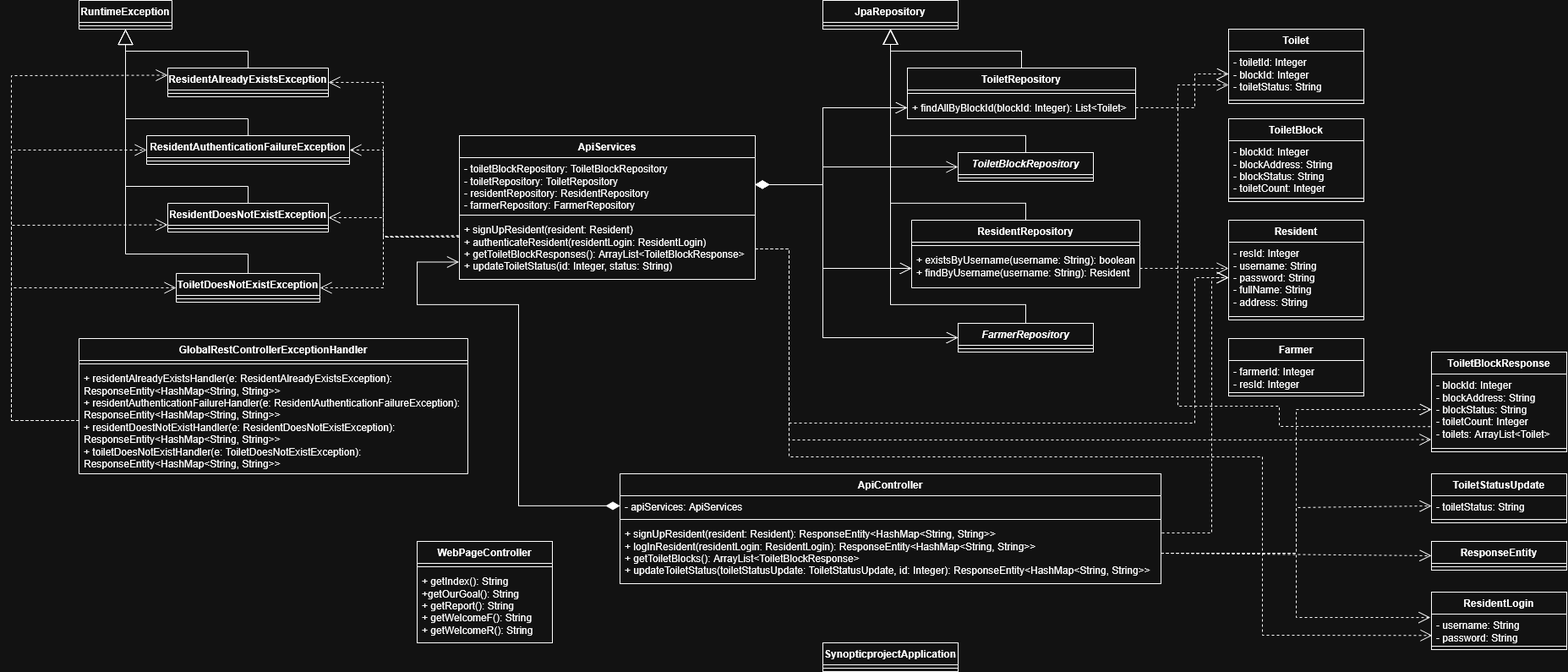
The draw.io diagram doc/uml/class-diagram.drawio.png in mcttn22/cmp-synoptic-project, before a commit. Source tidied: cells renumbered, new cells last; positions are measured from the earlier drawing's top-left corner, leaving out a move shared by most shapes.
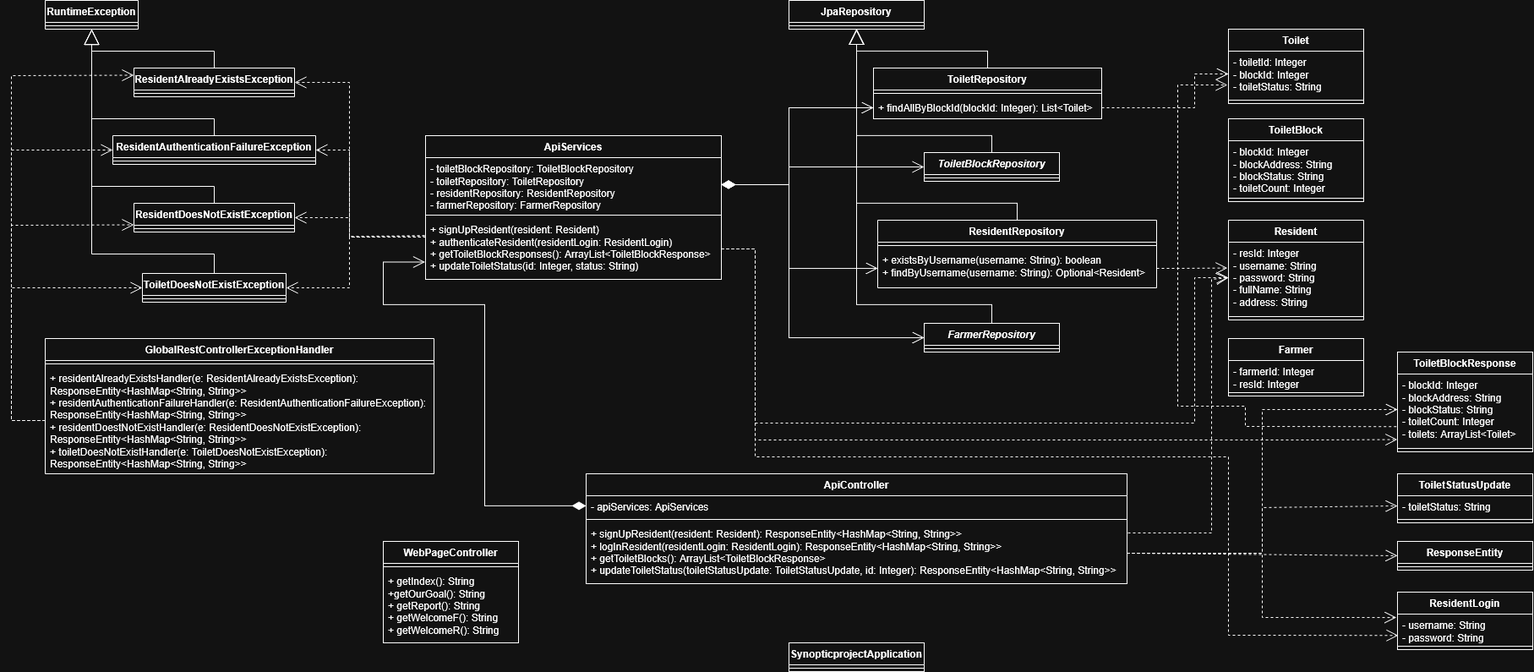
The same diagram one commit later.

Change to the diagram source:
```diff
@@ -15,7 +15,7 @@
       <mxGeometry y="58" width="640" height="72" as="geometry" />
     </mxCell>
     <mxCell id="6" value="Farmer" style="swimlane;fontStyle=1;align=center;verticalAlign=top;horizontal=1;startSize=26;whiteSpace=wrap;html=1;" parent="1" vertex="1">
-      <mxGeometry x="1440" y="400" width="160" height="68" as="geometry" />
+      <mxGeometry x="1480" y="400" width="160" height="68" as="geometry" />
     </mxCell>
     <mxCell id="7" value="&lt;div&gt;- farmerId: Integer&lt;/div&gt;&lt;div&gt;- resId: Integer&lt;/div&gt;" style="text;strokeColor=none;fillColor=none;align=left;verticalAlign=top;spacingLeft=4;spacingRight=4;overflow=hidden;whiteSpace=wrap;html=1;" parent="6" vertex="1">
       <mxGeometry y="26" width="160" height="34" as="geometry" />
@@ -36,7 +36,7 @@
       <mxGeometry y="26" width="160" height="8" as="geometry" />
     </mxCell>
     <mxCell id="13" value="Toilet" style="swimlane;fontStyle=1;align=center;verticalAlign=top;horizontal=1;startSize=26;whiteSpace=wrap;html=1;" parent="1" vertex="1">
-      <mxGeometry x="1440" y="34" width="160" height="88" as="geometry" />
+      <mxGeometry x="1480" y="34" width="160" height="88" as="geometry" />
     </mxCell>
     <mxCell id="14" value="&lt;div&gt;- toiletId: Integer&lt;/div&gt;&lt;div&gt;- blockId: Integer&lt;/div&gt;&lt;div&gt;- toiletStatus: String&lt;/div&gt;" style="text;strokeColor=none;fillColor=none;align=left;verticalAlign=top;spacingLeft=4;spacingRight=4;overflow=hidden;points=[[0,0.5],[1,0.5]];portConstraint=eastwest;whiteSpace=wrap;html=1;" parent="13" vertex="1">
       <mxGeometry y="26" width="160" height="54" as="geometry" />
@@ -45,7 +45,7 @@
       <mxGeometry y="80" width="160" height="8" as="geometry" />
     </mxCell>
     <mxCell id="16" value="ToiletBlock" style="swimlane;fontStyle=1;align=center;verticalAlign=top;horizontal=1;startSize=26;whiteSpace=wrap;html=1;" parent="1" vertex="1">
-      <mxGeometry x="1440" y="140" width="160" height="98" as="geometry" />
+      <mxGeometry x="1480" y="140" width="160" height="98" as="geometry" />
     </mxCell>
     <mxCell id="17" value="&lt;div&gt;- blockId: Integer&lt;/div&gt;&lt;div&gt;- blockAddress: String&lt;/div&gt;&lt;div&gt;- blockStatus: String&lt;/div&gt;&lt;div&gt;- toiletCount: Integer&lt;/div&gt;" style="text;strokeColor=none;fillColor=none;align=left;verticalAlign=top;spacingLeft=4;spacingRight=4;overflow=hidden;whiteSpace=wrap;html=1;" parent="16" vertex="1">
       <mxGeometry y="26" width="160" height="64" as="geometry" />
@@ -77,7 +77,7 @@
     <mxCell id="26" style="endArrow=block;endSize=16;endFill=0;html=1;rounded=0;entryX=0.5;entryY=1;entryDx=0;entryDy=0;exitX=0.5;exitY=0;exitDx=0;exitDy=0;" parent="1" edge="1" source="59" target="24">
       <mxGeometry relative="1" as="geometry">
         <Array as="points">
-          <mxPoint x="1200" y="240" />
+          <mxPoint x="1230" y="240" />
           <mxPoint x="1040" y="240" />
           <mxPoint x="1040" y="180" />
         </Array>
@@ -162,8 +162,8 @@
     <mxCell id="46" style="endArrow=open;endSize=12;dashed=1;html=1;rounded=0;entryX=0;entryY=0.5;entryDx=0;entryDy=0;exitX=1;exitY=0.5;exitDx=0;exitDy=0;" parent="1" edge="1" source="45" target="14">
       <mxGeometry relative="1" as="geometry">
         <Array as="points">
-          <mxPoint x="1400" y="127" />
-          <mxPoint x="1400" y="87" />
+          <mxPoint x="1440" y="127" />
+          <mxPoint x="1440" y="87" />
         </Array>
       </mxGeometry>
     </mxCell>
@@ -190,9 +190,9 @@
       <mxGeometry relative="1" as="geometry">
         <mxPoint x="1361" y="630" as="sourcePoint" />
         <Array as="points">
-          <mxPoint x="1420" y="630" />
-          <mxPoint x="1420" y="480" />
-          <mxPoint x="1420" y="328" />
+          <mxPoint x="1460" y="630" />
+          <mxPoint x="1460" y="480" />
+          <mxPoint x="1460" y="330" />
         </Array>
       </mxGeometry>
     </mxCell>
@@ -257,13 +257,13 @@
       </mxGeometry>
     </mxCell>
     <mxCell id="59" value="ResidentRepository" style="swimlane;fontStyle=1;align=center;verticalAlign=top;horizontal=1;startSize=26;whiteSpace=wrap;html=1;" parent="1" vertex="1">
-      <mxGeometry x="1065" y="260" width="270" height="80" as="geometry" />
+      <mxGeometry x="1065" y="260" width="330" height="80" as="geometry" />
     </mxCell>
     <mxCell id="60" style="line;strokeWidth=1;fillColor=none;align=left;verticalAlign=middle;spacingTop=-1;spacingLeft=3;spacingRight=3;labelPosition=right;strokeColor=inherit;" parent="59" vertex="1">
-      <mxGeometry y="26" width="270" height="8" as="geometry" />
+      <mxGeometry y="26" width="330" height="8" as="geometry" />
     </mxCell>
-    <mxCell id="61" value="&lt;div&gt;+ existsByUsername(username: String): boolean&lt;/div&gt;&lt;div&gt;+ findByUsername(username: String): Resident&lt;/div&gt;" style="text;strokeColor=none;fillColor=none;align=left;verticalAlign=top;spacingLeft=4;spacingRight=4;overflow=hidden;points=[[0,0.5],[1,0.5]];portConstraint=eastwest;whiteSpace=wrap;html=1;" parent="59" vertex="1">
-      <mxGeometry y="34" width="270" height="46" as="geometry" />
+    <mxCell id="61" value="&lt;div&gt;+ existsByUsername(username: String): boolean&lt;/div&gt;&lt;div&gt;+ findByUsername(username: String): Optional&amp;lt;Resident&amp;gt;&lt;/div&gt;" style="text;strokeColor=none;fillColor=none;align=left;verticalAlign=top;spacingLeft=4;spacingRight=4;overflow=hidden;points=[[0,0.5],[1,0.5]];portConstraint=eastwest;whiteSpace=wrap;html=1;" parent="59" vertex="1">
+      <mxGeometry y="34" width="330" height="46" as="geometry" />
     </mxCell>
     <mxCell id="62" style="endArrow=open;endSize=12;dashed=1;html=1;rounded=0;exitX=1;exitY=0.5;exitDx=0;exitDy=0;entryX=0;entryY=0.5;entryDx=0;entryDy=0;" parent="1" edge="1" source="42" target="64">
       <mxGeometry relative="1" as="geometry">
@@ -271,13 +271,13 @@
           <mxPoint x="920" y="294" />
           <mxPoint x="920" y="500" />
           <mxPoint x="1160" y="500" />
-          <mxPoint x="1400" y="500" />
-          <mxPoint x="1400" y="328" />
+          <mxPoint x="1440" y="500" />
+          <mxPoint x="1440" y="328" />
         </Array>
       </mxGeometry>
     </mxCell>
     <mxCell id="63" value="Resident" style="swimlane;fontStyle=1;align=center;verticalAlign=top;horizontal=1;startSize=26;whiteSpace=wrap;html=1;" parent="1" vertex="1">
-      <mxGeometry x="1440" y="260" width="160" height="118" as="geometry" />
+      <mxGeometry x="1480" y="260" width="160" height="118" as="geometry" />
     </mxCell>
     <mxCell id="64" value="&lt;div&gt;- resId: Integer&lt;/div&gt;&lt;div&gt;- username: String&lt;/div&gt;&lt;div&gt;- password: String&lt;/div&gt;&lt;div&gt;- fullName: String&lt;/div&gt;&lt;div&gt;- address: String&lt;/div&gt;" style="text;strokeColor=none;fillColor=none;align=left;verticalAlign=top;spacingLeft=4;spacingRight=4;overflow=hidden;points=[[0,0.5],[1,0.5]];portConstraint=eastwest;whiteSpace=wrap;html=1;" parent="63" vertex="1">
       <mxGeometry y="26" width="160" height="84" as="geometry" />
@@ -303,23 +303,22 @@
         </Array>
       </mxGeometry>
     </mxCell>
-    <mxCell id="68" style="endArrow=open;endSize=12;dashed=1;html=1;rounded=0;exitX=1;exitY=0.5;exitDx=0;exitDy=0;" parent="1" edge="1" source="61">
+    <mxCell id="68" style="endArrow=open;endSize=12;dashed=1;html=1;rounded=0;exitX=1;exitY=0.5;exitDx=0;exitDy=0;entryX=-0.007;entryY=0.364;entryDx=0;entryDy=0;entryPerimeter=0;" parent="1" edge="1" source="61" target="64">
       <mxGeometry relative="1" as="geometry">
-        <mxPoint x="1440" y="317" as="targetPoint" />
         <Array as="points">
           <mxPoint x="1400" y="317" />
           <mxPoint x="1420" y="317" />
         </Array>
       </mxGeometry>
     </mxCell>
-    <mxCell id="69" style="endArrow=open;endSize=12;dashed=1;html=1;rounded=0;exitX=-0.008;exitY=0.741;exitDx=0;exitDy=0;exitPerimeter=0;" parent="1" edge="1" source="34">
+    <mxCell id="69" style="endArrow=open;endSize=12;dashed=1;html=1;rounded=0;exitX=-0.008;exitY=0.741;exitDx=0;exitDy=0;exitPerimeter=0;entryX=-0.007;entryY=0.742;entryDx=0;entryDy=0;entryPerimeter=0;" parent="1" edge="1" source="34" target="14">
       <mxGeometry relative="1" as="geometry">
-        <mxPoint x="1440" y="100" as="targetPoint" />
         <Array as="points">
           <mxPoint x="1500" y="504" />
           <mxPoint x="1500" y="480" />
-          <mxPoint x="1380" y="480" />
-          <mxPoint x="1380" y="100" />
+          <mxPoint x="1420" y="480" />
+          <mxPoint x="1420" y="290" />
+          <mxPoint x="1420" y="100" />
         </Array>
       </mxGeometry>
     </mxCell>
@@ -397,32 +396,33 @@
     <mxCell id="87" style="endArrow=open;endSize=12;dashed=1;html=1;rounded=0;exitX=0;exitY=0.5;exitDx=0;exitDy=0;entryX=0;entryY=0.5;entryDx=0;entryDy=0;" parent="1" edge="1" source="72" target="79">
       <mxGeometry relative="1" as="geometry">
         <Array as="points">
-          <mxPoint y="497" />
-          <mxPoint y="340" />
+          <mxPoint x="40" y="497" />
+          <mxPoint x="40" y="340" />
         </Array>
       </mxGeometry>
     </mxCell>
     <mxCell id="88" style="endArrow=open;endSize=12;dashed=1;html=1;rounded=0;exitX=0;exitY=0.5;exitDx=0;exitDy=0;entryX=0;entryY=0.75;entryDx=0;entryDy=0;" parent="1" edge="1" source="72" target="77">
       <mxGeometry relative="1" as="geometry">
         <Array as="points">
-          <mxPoint y="497" />
-          <mxPoint y="266" />
+          <mxPoint x="40" y="497" />
+          <mxPoint x="40" y="266" />
         </Array>
       </mxGeometry>
     </mxCell>
     <mxCell id="89" style="endArrow=open;endSize=12;dashed=1;html=1;rounded=0;exitX=0;exitY=0.5;exitDx=0;exitDy=0;entryX=0;entryY=0.5;entryDx=0;entryDy=0;" parent="1" edge="1" source="72" target="75">
       <mxGeometry relative="1" as="geometry">
         <Array as="points">
-          <mxPoint y="497" />
-          <mxPoint y="177" />
+          <mxPoint x="40" y="497" />
+          <mxPoint x="40" y="177" />
         </Array>
       </mxGeometry>
     </mxCell>
     <mxCell id="90" style="endArrow=open;endSize=12;dashed=1;html=1;rounded=0;exitX=0;exitY=0.5;exitDx=0;exitDy=0;entryX=0;entryY=0.25;entryDx=0;entryDy=0;" parent="1" edge="1" source="72" target="73">
       <mxGeometry relative="1" as="geometry">
         <Array as="points">
-          <mxPoint y="497" />
-          <mxPoint y="89" />
+          <mxPoint x="40" y="497" />
+          <mxPoint x="40" y="290" />
+          <mxPoint x="40" y="89" />
         </Array>
       </mxGeometry>
     </mxCell>
```
